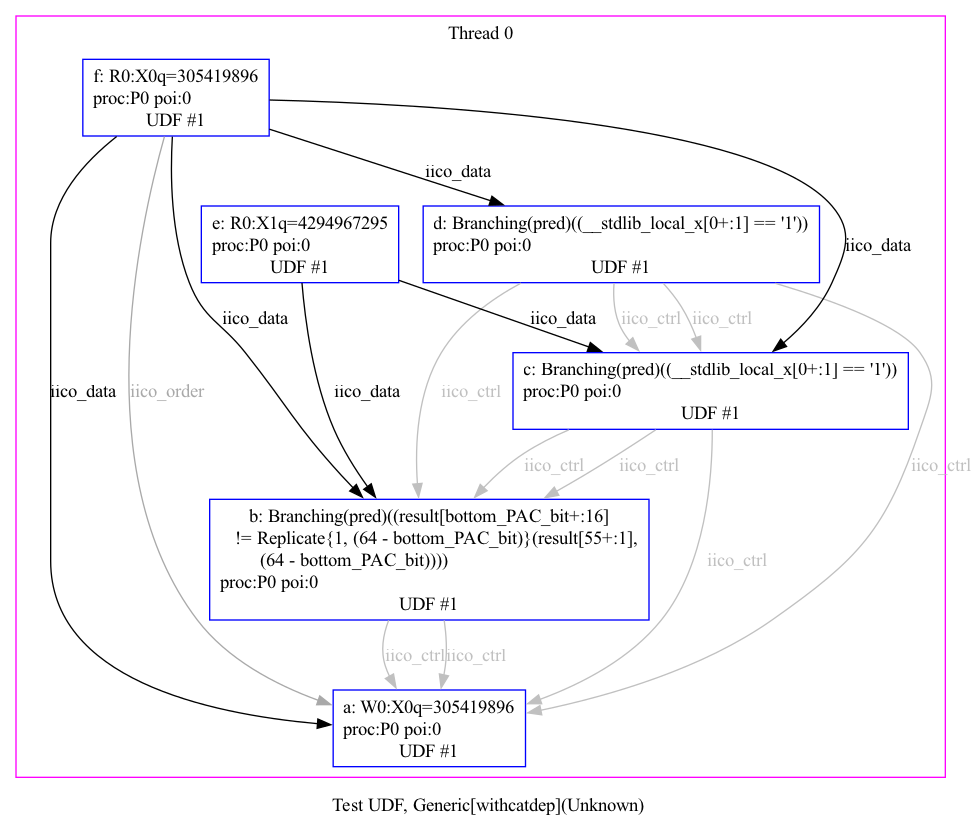
Earlier version of the Graphviz export pac_tests/notes/no_fpac_predicted_success.png (herd/herdtools7). Its source is kept beside it as pac_tests/notes/no_fpac_predicted_success.dot.
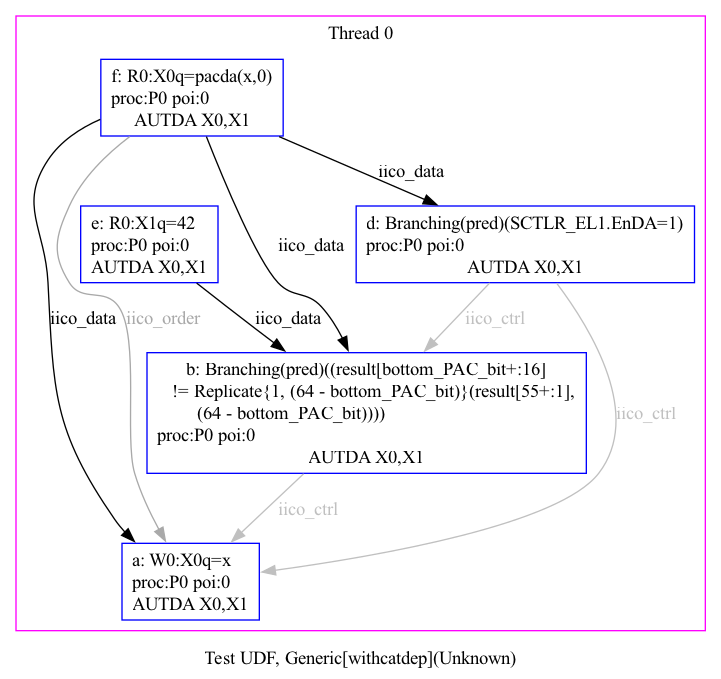
The same diagram one commit later.

Diff of the diagram source:
```diff
@@ -7,40 +7,25 @@
 
 /* the unlocked events */
 subgraph cluster_proc0 { rank=sink; label = "Thread 0"; color=magenta; shape=box;
-eiid0 [label="a: W0:X0q=305419896\lproc:P0 poi:0\lUDF #1", shape="box", color="blue"];
+eiid0 [label="a: W0:X0q=x\lproc:P0 poi:0\lAUTDA X0,X1", shape="box", color="blue"];
 eiid1 [label="b: Branching(pred)((result[bottom_PAC_bit+:16]
    != Replicate{1, (64 - bottom_PAC_bit)}(result[55+:1],
-        (64 - bottom_PAC_bit))))\lproc:P0 poi:0\lUDF #1", shape="box", color="blue"];
-eiid2 [label="c: Branching(pred)((__stdlib_local_x[0+:1] == '1'))\lproc:P0 poi:0\lUDF #1", shape="box", color="blue"];
-eiid3 [label="d: Branching(pred)((__stdlib_local_x[0+:1] == '1'))\lproc:P0 poi:0\lUDF #1", shape="box", color="blue"];
-eiid4 [label="e: R0:X1q=4294967295\lproc:P0 poi:0\lUDF #1", shape="box", color="blue"];
-eiid5 [label="f: R0:X0q=305419896\lproc:P0 poi:0\lUDF #1", shape="box", color="blue"];
+        (64 - bottom_PAC_bit))))\lproc:P0 poi:0\lAUTDA X0,X1", shape="box", color="blue"];
+eiid3 [label="d: Branching(pred)(SCTLR_EL1.EnDA=1)\lproc:P0 poi:0\lAUTDA X0,X1", shape="box", color="blue"];
+eiid4 [label="e: R0:X1q=42\lproc:P0 poi:0\lAUTDA X0,X1", shape="box", color="blue"];
+eiid5 [label="f: R0:X0q=pacda(x,0)\lproc:P0 poi:0\lAUTDA X0,X1", shape="box", color="blue"];
 }
 
 /* the intra_causality_data edges */
 
 eiid4 -> eiid1 [label="iico_data", color="black", fontcolor="black"];
-eiid4 -> eiid2 [label="iico_data", color="black", fontcolor="black"];
 eiid5 -> eiid0 [label="iico_data", color="black", fontcolor="black"];
 eiid5 -> eiid1 [label="iico_data", color="black", fontcolor="black"];
-eiid5 -> eiid2 [label="iico_data", color="black", fontcolor="black"];
 eiid5 -> eiid3 [label="iico_data", color="black", fontcolor="black"];
 
 /* the intra_causality_control edges */
 eiid1 -> eiid0 [label="iico_ctrl", color="grey", fontcolor="grey"];
-eiid2 -> eiid0 [label="iico_ctrl", color="grey", fontcolor="grey"];
-eiid2 -> eiid1 [label="iico_ctrl", color="grey", fontcolor="grey"];
 eiid3 -> eiid0 [label="iico_ctrl", color="grey", fontcolor="grey"];
 eiid3 -> eiid1 [label="iico_ctrl", color="grey", fontcolor="grey"];
-eiid3 -> eiid2 [label="iico_ctrl", color="grey", fontcolor="grey"];
 eiid5 -> eiid0 [label="iico_order", color="darkgrey", fontcolor="darkgrey"];
-
-/* the poi edges */
-/* the rfmap edges */
-
-
-/* The viewed-before edges */
-eiid1 -> eiid0 [label="iico_ctrl", color="grey", fontcolor="grey"];
-eiid2 -> eiid1 [label="iico_ctrl", color="grey", fontcolor="grey"];
-eiid3 -> eiid2 [label="iico_ctrl", color="grey", fontcolor="grey"];
 }
```
